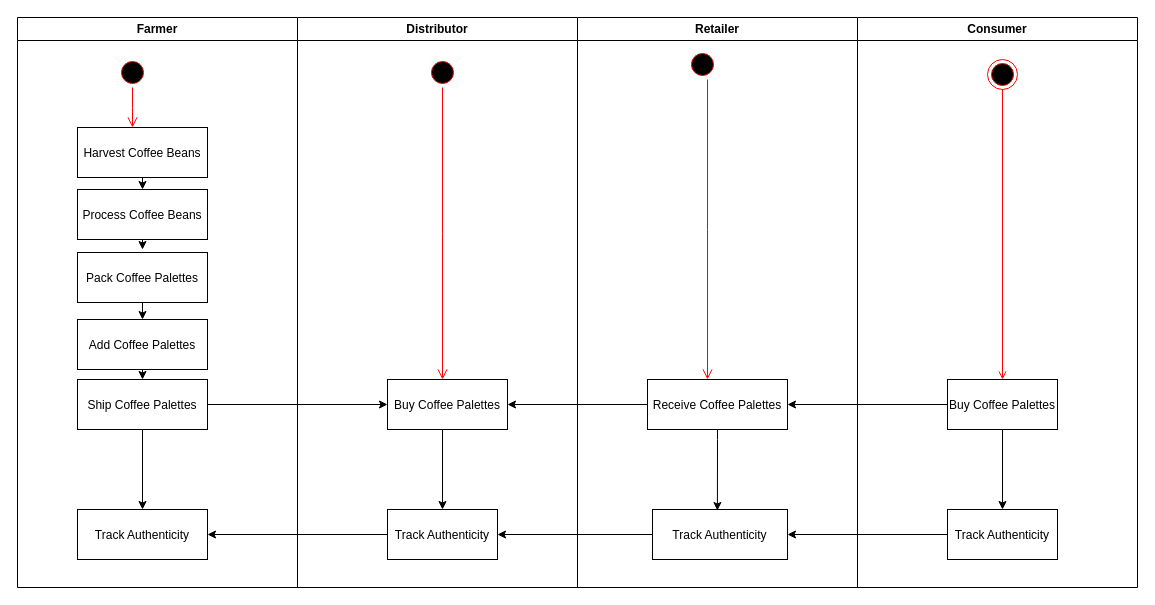
Earlier version of the draw.io diagram uml/activity-diagram.drawio (nathanrhoda/supply-chain-dapp). Source tidied: cells renumbered, new cells numbered last; positions are measured from the earlier drawing's top-left corner, leaving out a move shared by most shapes. Both pictures are drawn from the tidied source at 100%, with x=0, y=0 at pixel (17, 17).
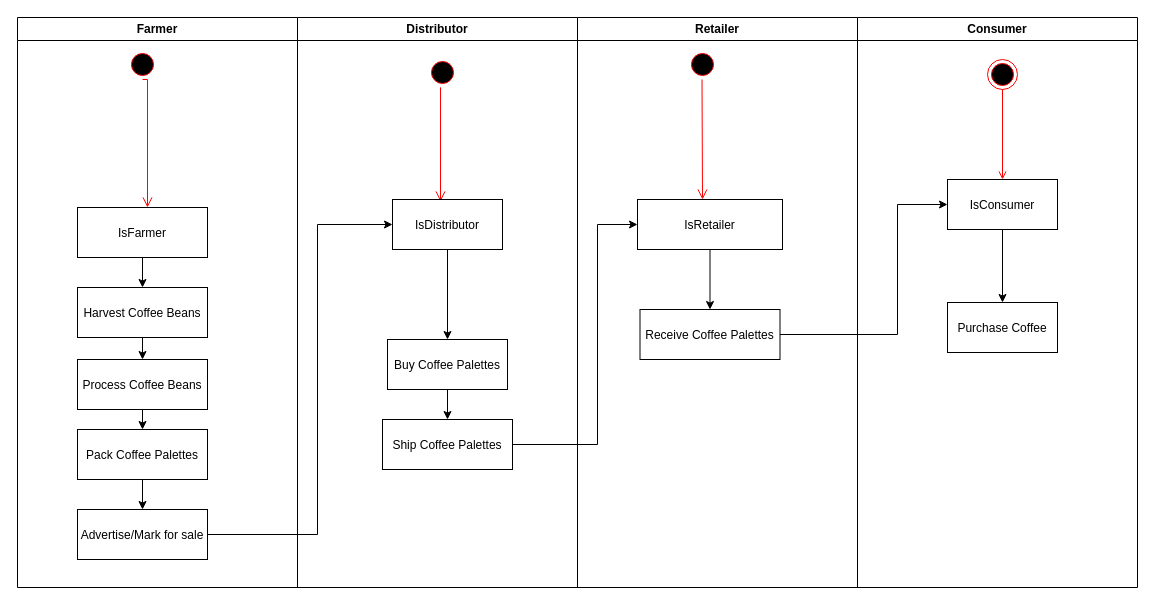
The same diagram, later.

Commit message (it also covers changes not shown here):
Updated activity diagram with image

The change refers to these unchanged cells:
```xml
<mxCell id="2" value="Farmer" style="swimlane;whiteSpace=wrap;" parent="1" vertex="1">
  <mxGeometry width="280" height="570" as="geometry" />
</mxCell>
<mxCell id="15" value="Distributor" style="swimlane;whiteSpace=wrap;" parent="1" vertex="1">
  <mxGeometry x="280" width="280" height="570" as="geometry" />
</mxCell>
<mxCell id="16" style="ellipse;shape=startState;fillColor=#000000;strokeColor=#ff0000;" parent="15" vertex="1">
  <mxGeometry x="130" y="40" width="30" height="30" as="geometry" />
</mxCell>
<mxCell id="21" value="Retailer" style="swimlane;whiteSpace=wrap;" parent="1" vertex="1">
  <mxGeometry x="560" width="280" height="570" as="geometry" />
</mxCell>
<mxCell id="27" value="Consumer" style="swimlane;whiteSpace=wrap;" parent="1" vertex="1">
  <mxGeometry x="840" width="280" height="570" as="geometry" />
</mxCell>
<mxCell id="30" style="ellipse;shape=endState;fillColor=#000000;strokeColor=#ff0000;" parent="27" vertex="1">
  <mxGeometry x="130" y="42" width="30" height="30" as="geometry" />
</mxCell>
```

What changed in the source:
```diff
@@
     <mxCell id="3" style="ellipse;shape=startState;fillColor=#000000;strokeColor=#ff0000;" parent="2" vertex="1">
-      <mxGeometry x="100" y="40" width="30" height="30" as="geometry" />
+      <mxGeometry x="110" y="32" width="30" height="30" as="geometry" />
     </mxCell>
-    <mxCell id="4" style="edgeStyle=elbowEdgeStyle;elbow=horizontal;verticalAlign=bottom;endArrow=open;endSize=8;strokeColor=#FF0000;endFill=1;rounded=0;" parent="2" edge="1" source="3" target="6">
-      <mxGeometry x="100" y="40" as="geometry" />
+    <mxCell id="4" style="edgeStyle=elbowEdgeStyle;elbow=horizontal;verticalAlign=bottom;endArrow=open;endSize=8;strokeColor=#FF0000;endFill=1;rounded=0;entryX=0.538;entryY=0;entryDx=0;entryDy=0;entryPerimeter=0;exitX=0.5;exitY=1;exitDx=0;exitDy=0;" parent="2" edge="1" source="3" target="14">
+      <mxGeometry x="100" y="40" as="geometry">
+        <Array as="points">
+          <mxPoint x="130" y="92" />
+        </Array>
+      </mxGeometry>
     </mxCell>
@@
     <mxCell id="6" value="Harvest Coffee Beans" parent="2" vertex="1">
-      <mxGeometry x="60" y="110" width="130" height="50" as="geometry" />
+      <mxGeometry x="60" y="270" width="130" height="50" as="geometry" />
     </mxCell>
+    <mxCell id="40" style="edgeStyle=orthogonalEdgeStyle;rounded=0;jettySize=auto;html=1;exitX=0.5;exitY=1;exitDx=0;exitDy=0;entryX=0.5;entryY=0;entryDx=0;entryDy=0;" parent="2" edge="1" source="7" target="9">
+      <mxGeometry relative="1" as="geometry" />
+    </mxCell>
     <mxCell id="7" value="Process Coffee Beans" parent="2" vertex="1">
-      <mxGeometry x="60" y="172" width="130" height="50" as="geometry" />
+      <mxGeometry x="60" y="342" width="130" height="50" as="geometry" />
     </mxCell>
@@
     <mxCell id="9" value="Pack Coffee Palettes" parent="2" vertex="1">
-      <mxGeometry x="60" y="235" width="130" height="50" as="geometry" />
+      <mxGeometry x="60" y="412" width="130" height="50" as="geometry" />
     </mxCell>
-    <mxCell id="10" style="edgeStyle=orthogonalEdgeStyle;rounded=0;jettySize=auto;html=1;exitX=0.5;exitY=1;exitDx=0;exitDy=0;entryX=0.5;entryY=0;entryDx=0;entryDy=0;" parent="2" edge="1" source="11" target="13">
-      <mxGeometry relative="1" as="geometry" />
-    </mxCell>
-    <mxCell id="11" value="Add Coffee Palettes" parent="2" vertex="1">
-      <mxGeometry x="60" y="302" width="130" height="50" as="geometry" />
+    <mxCell id="11" value="Advertise/Mark for sale" parent="2" vertex="1">
+      <mxGeometry x="60" y="492" width="130" height="50" as="geometry" />
     </mxCell>
-    <mxCell id="12" style="edgeStyle=orthogonalEdgeStyle;rounded=0;jettySize=auto;html=1;exitX=0.5;exitY=1;exitDx=0;exitDy=0;entryX=0.5;entryY=0;entryDx=0;entryDy=0;" parent="2" edge="1" source="13" target="14">
-      <mxGeometry relative="1" as="geometry" />
-    </mxCell>
-    <mxCell id="13" value="Ship Coffee Palettes" parent="2" vertex="1">
-      <mxGeometry x="60" y="362" width="130" height="50" as="geometry" />
-    </mxCell>
+    <mxCell id="41" style="edgeStyle=orthogonalEdgeStyle;rounded=0;jettySize=auto;html=1;exitX=0.5;exitY=1;exitDx=0;exitDy=0;entryX=0.5;entryY=0;entryDx=0;entryDy=0;" parent="2" edge="1" source="14" target="6">
+      <mxGeometry relative="1" as="geometry" />
+    </mxCell>
-    <mxCell id="14" value="Track Authenticity" parent="2" vertex="1">
-      <mxGeometry x="60" y="492" width="130" height="50" as="geometry" />
+    <mxCell id="14" value="IsFarmer" parent="2" vertex="1">
+      <mxGeometry x="60" y="190" width="130" height="50" as="geometry" />
     </mxCell>
@@
-    <mxCell id="17" style="edgeStyle=elbowEdgeStyle;elbow=horizontal;verticalAlign=bottom;endArrow=open;endSize=8;strokeColor=#FF0000;endFill=1;rounded=0;" parent="15" edge="1" source="16" target="19">
+    <mxCell id="17" style="edgeStyle=elbowEdgeStyle;elbow=horizontal;verticalAlign=bottom;endArrow=open;endSize=8;strokeColor=#FF0000;endFill=1;rounded=0;entryX=0.436;entryY=0.04;entryDx=0;entryDy=0;entryPerimeter=0;" parent="15" edge="1" source="16" target="20">
       <mxGeometry x="40" y="20" as="geometry" />
     </mxCell>
-    <mxCell id="18" style="edgeStyle=orthogonalEdgeStyle;rounded=0;jettySize=auto;html=1;exitX=0.5;exitY=1;exitDx=0;exitDy=0;entryX=0.5;entryY=0;entryDx=0;entryDy=0;" parent="15" edge="1" source="19" target="20">
-      <mxGeometry relative="1" as="geometry">
-        <Array as="points">
-          <mxPoint x="145" y="412" />
-        </Array>
-      </mxGeometry>
-    </mxCell>
+    <mxCell id="42" style="edgeStyle=orthogonalEdgeStyle;rounded=0;jettySize=auto;html=1;exitX=0.5;exitY=1;exitDx=0;exitDy=0;entryX=0.5;entryY=0;entryDx=0;entryDy=0;" parent="15" edge="1" source="19" target="13">
+      <mxGeometry relative="1" as="geometry" />
+    </mxCell>
     <mxCell id="19" value="Buy Coffee Palettes" parent="15" vertex="1">
-      <mxGeometry x="90" y="362" width="120" height="50" as="geometry" />
+      <mxGeometry x="90" y="322" width="120" height="50" as="geometry" />
     </mxCell>
+    <mxCell id="43" style="edgeStyle=orthogonalEdgeStyle;rounded=0;jettySize=auto;html=1;exitX=0.5;exitY=1;exitDx=0;exitDy=0;" parent="15" edge="1" source="20" target="19">
+      <mxGeometry relative="1" as="geometry" />
+    </mxCell>
-    <mxCell id="20" value="Track Authenticity" parent="15" vertex="1">
-      <mxGeometry x="90" y="492" width="110" height="50" as="geometry" />
+    <mxCell id="20" value="IsDistributor" parent="15" vertex="1">
+      <mxGeometry x="95" y="182" width="110" height="50" as="geometry" />
     </mxCell>
+    <mxCell id="13" value="Ship Coffee Palettes" parent="15" vertex="1">
+      <mxGeometry x="85" y="402" width="130" height="50" as="geometry" />
+    </mxCell>
@@
-    <mxCell id="22" style="edgeStyle=elbowEdgeStyle;elbow=horizontal;verticalAlign=bottom;endArrow=open;endSize=8;strokeColor=#FF0000;endFill=1;rounded=0;" parent="21" edge="1" target="24">
-      <mxGeometry x="-310" y="-116" as="geometry">
-        <mxPoint x="130" y="62" as="sourcePoint" />
+    <mxCell id="22" style="edgeStyle=elbowEdgeStyle;elbow=horizontal;verticalAlign=bottom;endArrow=open;endSize=8;strokeColor=#FF0000;endFill=1;rounded=0;" parent="21" edge="1">
+      <mxGeometry x="-315.5" y="-116" as="geometry">
+        <mxPoint x="124.5" y="62" as="sourcePoint" />
+        <mxPoint x="124.5" y="182" as="targetPoint" />
       </mxGeometry>
     </mxCell>
-    <mxCell id="23" style="edgeStyle=orthogonalEdgeStyle;rounded=0;orthogonalLoop=1;jettySize=auto;html=1;exitX=0.5;exitY=1;exitDx=0;exitDy=0;entryX=0.481;entryY=0.2;entryDx=0;entryDy=0;entryPerimeter=0;" parent="21" edge="1">
-      <mxGeometry relative="1" as="geometry">
-        <mxPoint x="140" y="403" as="sourcePoint" />
-        <mxPoint x="139.9" y="493" as="targetPoint" />
-        <Array as="points">
-          <mxPoint x="140" y="422" />
-          <mxPoint x="140" y="422" />
-        </Array>
-      </mxGeometry>
-    </mxCell>
     <mxCell id="24" value="Receive Coffee Palettes" parent="21" vertex="1">
-      <mxGeometry x="70" y="362" width="140" height="50" as="geometry" />
+      <mxGeometry x="62.5" y="292" width="140" height="50" as="geometry" />
     </mxCell>
+    <mxCell id="44" style="edgeStyle=orthogonalEdgeStyle;rounded=0;jettySize=auto;html=1;exitX=0.5;exitY=1;exitDx=0;exitDy=0;entryX=0.5;entryY=0;entryDx=0;entryDy=0;" parent="21" edge="1" source="25" target="24">
+      <mxGeometry relative="1" as="geometry" />
+    </mxCell>
-    <mxCell id="25" value="Track Authenticity" parent="21" vertex="1">
-      <mxGeometry x="75" y="492" width="135" height="50" as="geometry" />
+    <mxCell id="25" value="IsRetailer" parent="21" vertex="1">
+      <mxGeometry x="60" y="182" width="145" height="50" as="geometry" />
     </mxCell>
@@
-    <mxCell id="28" style="edgeStyle=orthogonalEdgeStyle;rounded=0;jettySize=auto;html=1;entryX=0.5;entryY=0;entryDx=0;entryDy=0;" parent="27" edge="1" source="29" target="32">
-      <mxGeometry relative="1" as="geometry" />
-    </mxCell>
-    <mxCell id="29" value="Buy Coffee Palettes" parent="27" vertex="1">
-      <mxGeometry x="90" y="362" width="110" height="50" as="geometry" />
+    <mxCell id="29" value="Purchase Coffee" parent="27" vertex="1">
+      <mxGeometry x="90" y="285" width="110" height="50" as="geometry" />
     </mxCell>
@@
-    <mxCell id="31" style="endArrow=open;strokeColor=#FF0000;endFill=1;rounded=0;exitX=0.5;exitY=1;exitDx=0;exitDy=0;entryX=0.5;entryY=0;entryDx=0;entryDy=0;" parent="27" edge="1" source="30" target="29">
-      <mxGeometry relative="1" as="geometry" />
+    <mxCell id="31" style="endArrow=open;strokeColor=#FF0000;endFill=1;rounded=0;exitX=0.5;exitY=1;exitDx=0;exitDy=0;" parent="27" edge="1" source="30">
+      <mxGeometry relative="1" as="geometry">
+        <mxPoint x="145" y="162" as="targetPoint" />
+      </mxGeometry>
     </mxCell>
+    <mxCell id="45" style="edgeStyle=orthogonalEdgeStyle;rounded=0;jettySize=auto;html=1;exitX=0.5;exitY=1;exitDx=0;exitDy=0;entryX=0.5;entryY=0;entryDx=0;entryDy=0;" parent="27" edge="1" source="32" target="29">
+      <mxGeometry relative="1" as="geometry" />
+    </mxCell>
-    <mxCell id="32" value="Track Authenticity" parent="27" vertex="1">
-      <mxGeometry x="90" y="492" width="110" height="50" as="geometry" />
+    <mxCell id="32" value="IsConsumer" parent="27" vertex="1">
+      <mxGeometry x="90" y="162" width="110" height="50" as="geometry" />
     </mxCell>
-    <mxCell id="33" style="edgeStyle=orthogonalEdgeStyle;rounded=0;jettySize=auto;html=1;exitX=0.5;exitY=1;exitDx=0;exitDy=0;" parent="1" edge="1" source="7">
-      <mxGeometry relative="1" as="geometry">
-        <mxPoint x="125" y="232" as="targetPoint" />
-      </mxGeometry>
-    </mxCell>
-    <mxCell id="34" style="edgeStyle=orthogonalEdgeStyle;rounded=0;jettySize=auto;html=1;exitX=1;exitY=0.5;exitDx=0;exitDy=0;entryX=0;entryY=0.5;entryDx=0;entryDy=0;" parent="1" edge="1" source="13" target="19">
-      <mxGeometry relative="1" as="geometry" />
-    </mxCell>
-    <mxCell id="35" style="edgeStyle=orthogonalEdgeStyle;rounded=0;jettySize=auto;html=1;exitX=0;exitY=0.5;exitDx=0;exitDy=0;entryX=1;entryY=0.5;entryDx=0;entryDy=0;" parent="1" edge="1" source="32" target="25">
-      <mxGeometry relative="1" as="geometry" />
-    </mxCell>
-    <mxCell id="36" style="edgeStyle=orthogonalEdgeStyle;rounded=0;jettySize=auto;html=1;exitX=0;exitY=0.5;exitDx=0;exitDy=0;entryX=1;entryY=0.5;entryDx=0;entryDy=0;" parent="1" edge="1" source="25" target="20">
-      <mxGeometry relative="1" as="geometry" />
-    </mxCell>
-    <mxCell id="37" style="edgeStyle=orthogonalEdgeStyle;rounded=0;jettySize=auto;html=1;exitX=0;exitY=0.5;exitDx=0;exitDy=0;entryX=1;entryY=0.5;entryDx=0;entryDy=0;" parent="1" edge="1" source="20" target="14">
-      <mxGeometry relative="1" as="geometry" />
-    </mxCell>
-    <mxCell id="38" style="edgeStyle=orthogonalEdgeStyle;rounded=0;jettySize=auto;html=1;exitX=0;exitY=0.75;exitDx=0;exitDy=0;entryX=1;entryY=0.5;entryDx=0;entryDy=0;" parent="1" edge="1" source="29" target="24">
-      <mxGeometry relative="1" as="geometry">
-        <Array as="points">
-          <mxPoint x="930" y="387" />
-        </Array>
-      </mxGeometry>
-    </mxCell>
-    <mxCell id="39" style="edgeStyle=orthogonalEdgeStyle;rounded=0;jettySize=auto;html=1;entryX=1;entryY=0.5;entryDx=0;entryDy=0;exitX=0;exitY=0.5;exitDx=0;exitDy=0;" parent="1" edge="1" source="24" target="19">
-      <mxGeometry relative="1" as="geometry" />
-    </mxCell>
+    <mxCell id="46" style="edgeStyle=orthogonalEdgeStyle;rounded=0;jettySize=auto;html=1;exitX=1;exitY=0.5;exitDx=0;exitDy=0;entryX=0;entryY=0.5;entryDx=0;entryDy=0;" parent="1" edge="1" source="11" target="20">
+      <mxGeometry relative="1" as="geometry">
+        <Array as="points">
+          <mxPoint x="300" y="517" />
+          <mxPoint x="300" y="207" />
+        </Array>
+      </mxGeometry>
+    </mxCell>
+    <mxCell id="47" style="edgeStyle=orthogonalEdgeStyle;rounded=0;jettySize=auto;html=1;exitX=1;exitY=0.5;exitDx=0;exitDy=0;entryX=0;entryY=0.5;entryDx=0;entryDy=0;" parent="1" edge="1" source="13" target="25">
+      <mxGeometry relative="1" as="geometry">
+        <Array as="points">
+          <mxPoint x="580" y="427" />
+          <mxPoint x="580" y="207" />
+        </Array>
+      </mxGeometry>
+    </mxCell>
+    <mxCell id="48" style="edgeStyle=orthogonalEdgeStyle;rounded=0;jettySize=auto;html=1;exitX=1;exitY=0.5;exitDx=0;exitDy=0;entryX=0;entryY=0.5;entryDx=0;entryDy=0;" parent="1" edge="1" source="24" target="32">
+      <mxGeometry relative="1" as="geometry">
+        <Array as="points">
+          <mxPoint x="880" y="317" />
+          <mxPoint x="880" y="187" />
+        </Array>
+      </mxGeometry>
+    </mxCell>
```
